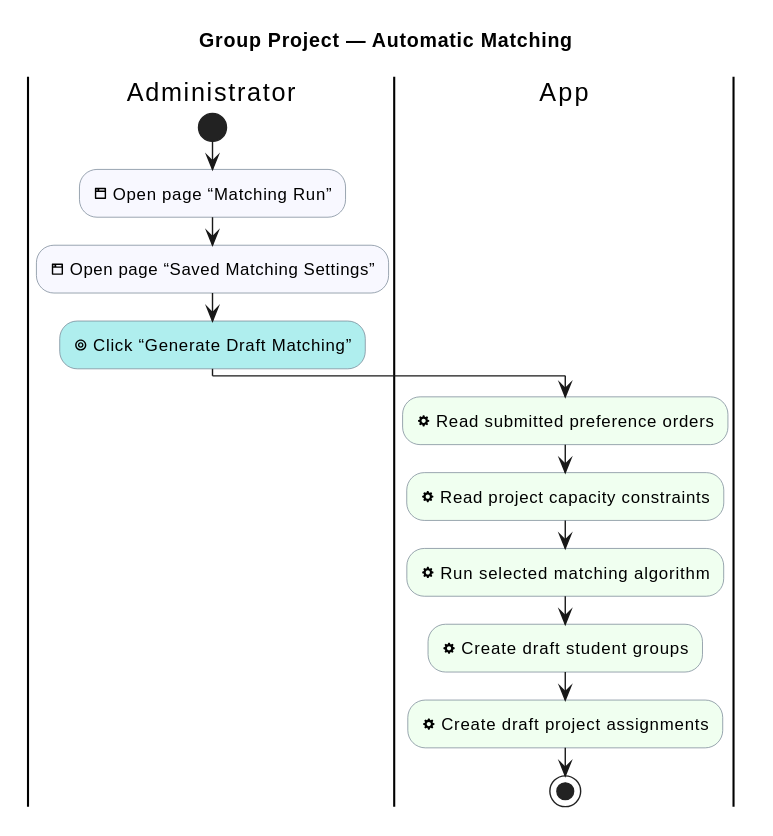
The PlantUML diagram industrial-placement-group-project/diagrams/group-project/automatic-matching.svg in sdflkjssl/sdflkjssl.github.io, before a commit.
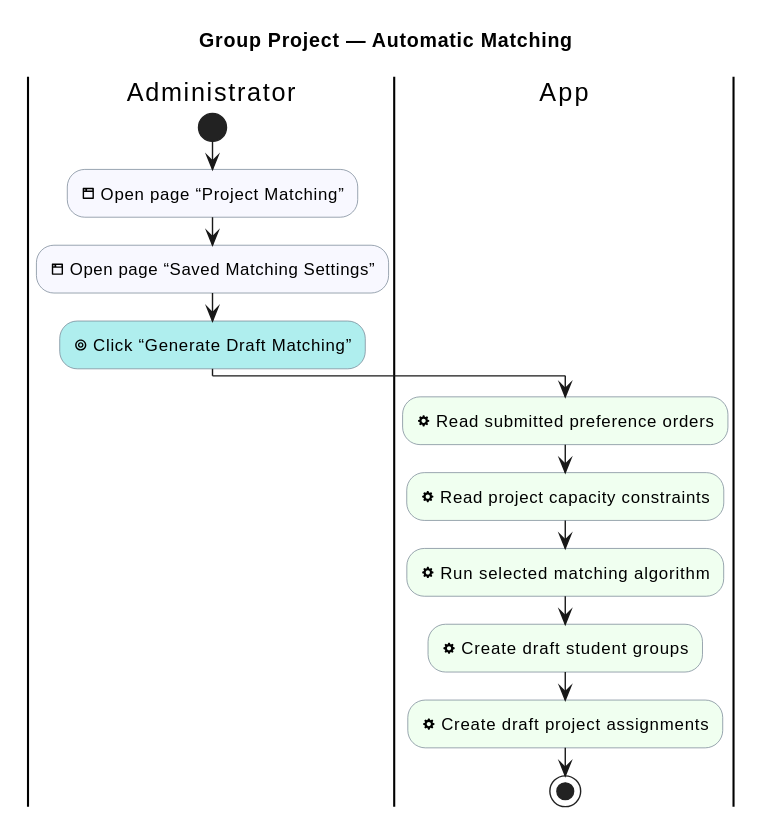
The same diagram one commit later.

The edit, as a diff of the source:
```diff
@@ -12,7 +12,7 @@
 
 |Administrator|
 start
-:<&browser> Open page “Matching Run”; <<#GhostWhite>>
+:<&browser> Open page “Project Matching”; <<#GhostWhite>>
 :<&browser> Open page “Saved Matching Settings”; <<#GhostWhite>>
 :<&target> Click “Generate Draft Matching”; <<#PaleTurquoise>>
 |App|
```
